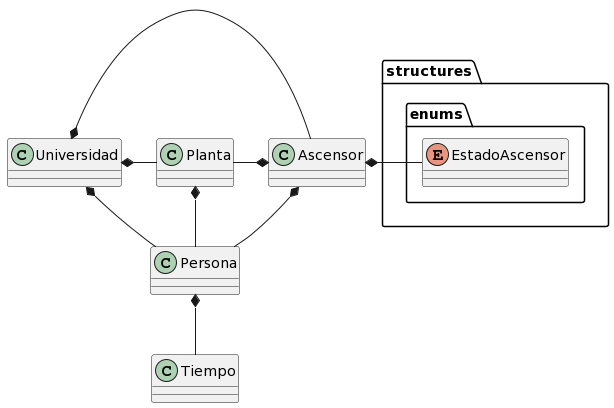
Above: entregas/Grupo4/ModeloDelDominio/images/modeloDelDominio.png in mmasias/IdSw2-22-23 (PlantUML), before the change.
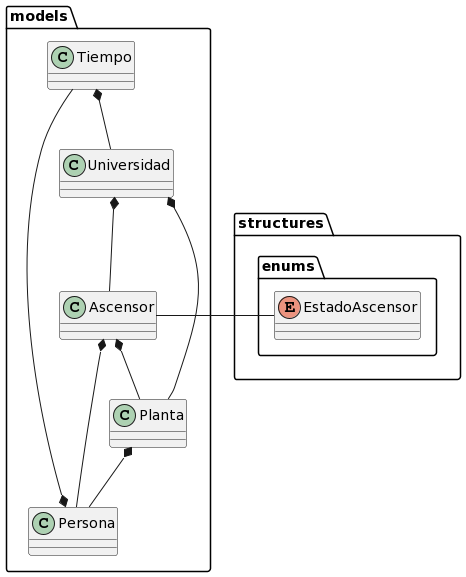
The same diagram one commit later.

What changed in the source:
```diff
@@ -1,33 +1,33 @@
 @startuml
-class Persona {
+class "models.Persona" {
 
 }
 
 enum "structures.enums.EstadoAscensor" {
 }
 
-class Tiempo {
+class "models.Tiempo" {
 }
 
 
-class Planta {
+class "models.Planta" {
 }
 
 
-class Ascensor {
+class "models.Ascensor" {
 }
 
 
-class Universidad {
+class "models.Universidad" {
 
 }
 
 Ascensor *--d Persona
-Ascensor *-u Planta
-Ascensor *- "structures.enums.EstadoAscensor"
-Universidad *- Ascensor
-Universidad *- Planta
-Universidad *- Persona
+Ascensor *--d Planta
+Ascensor ---r EstadoAscensor
+Universidad *-- Ascensor
+Universidad *-- Planta
 Planta *--d Persona
-Persona *--d Tiempo
+Persona *---u Tiempo
+Tiempo *--d Universidad
 @enduml
```
